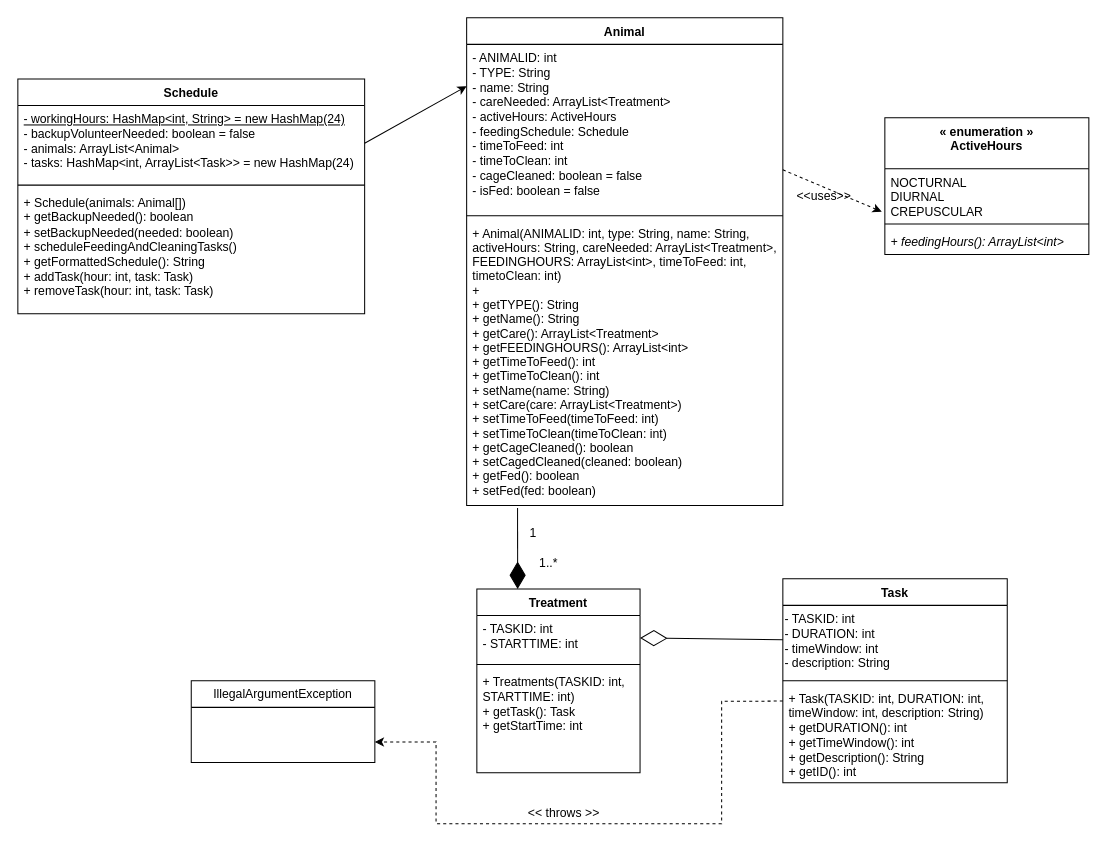
aryan-karadia/Mock-Schedule-Builder keeps this draw.io diagram as 64.drawio. Above is the earlier version. Source tidied: cells renumbered, new cells numbered last; positions are measured from the earlier drawing's top-left corner, leaving out a move shared by most shapes. Both pictures are drawn from the tidied source at 102%, with x=0, y=0 at pixel (17, 17).
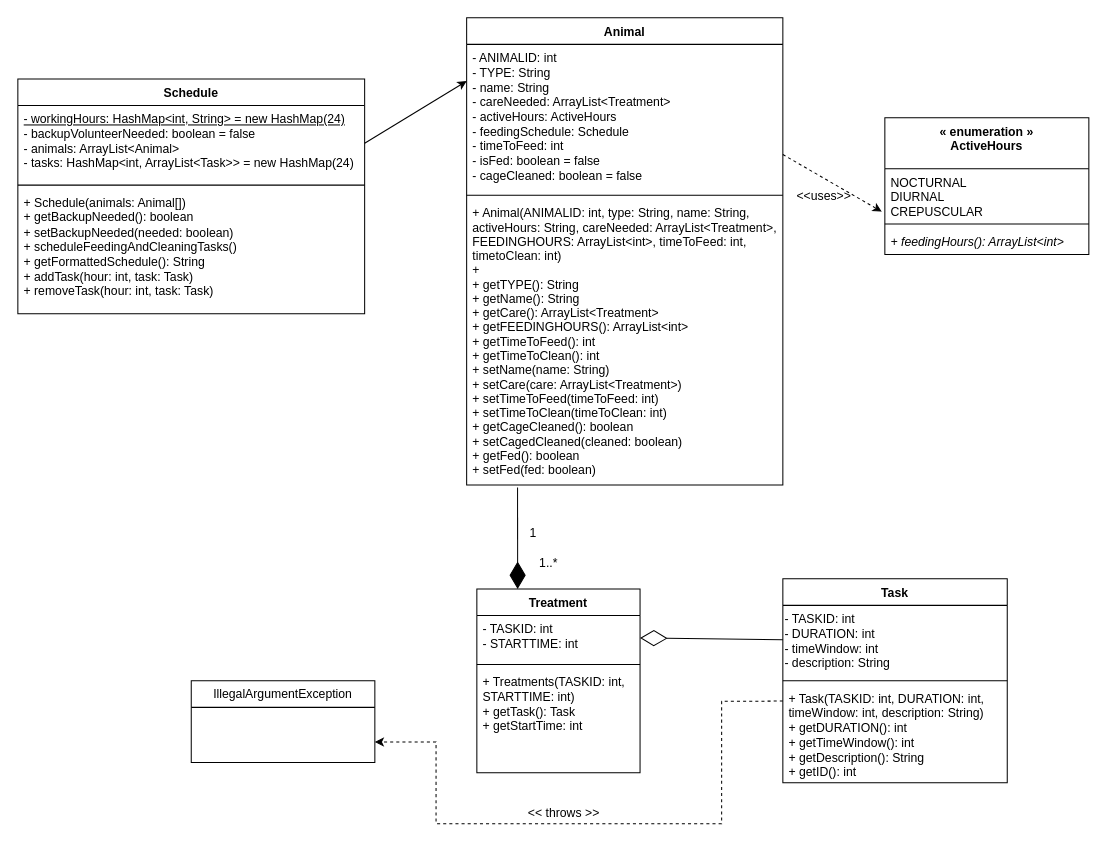
After the change.

Commit message:
Animal Class: timeToClean() has been removed and replaced with cageCleaned: boolean

Change to the diagram source:
```diff
@@
     <mxCell id="2" value="Animal" style="swimlane;fontStyle=1;align=center;verticalAlign=top;horizontal=1;startSize=26;" parent="1" vertex="1">
-      <mxGeometry x="440" width="310" height="478" as="geometry" />
+      <mxGeometry x="440" width="310" height="458" as="geometry" />
     </mxCell>
-    <mxCell id="3" value="&lt;span style=&quot;font-family: Helvetica; font-size: 12px; font-style: normal; font-variant-ligatures: normal; font-variant-caps: normal; font-weight: 400; letter-spacing: normal; orphans: 2; text-align: left; text-indent: 0px; text-transform: none; widows: 2; word-spacing: 0px; -webkit-text-stroke-width: 0px; text-decoration-thickness: initial; text-decoration-style: initial; text-decoration-color: initial; float: none; display: inline !important;&quot;&gt;- ANIMALID: int&lt;br&gt;- TYPE: String&lt;br&gt;- name: String&lt;br&gt;- careNeeded: ArrayList&amp;lt;Treatment&amp;gt;&lt;br&gt;- activeHours: ActiveHours&lt;br&gt;- feedingSchedule: Schedule&lt;br&gt;- timeToFeed: int&lt;br&gt;- timeToClean: int&lt;br&gt;- cageCleaned: boolean = false&lt;br&gt;- isFed: boolean = false&lt;br&gt;&lt;br&gt;&lt;/span&gt;" style="text;whiteSpace=wrap;html=1;labelBackgroundColor=none;fontColor=default;spacingLeft=4;spacingRight=4;fontStyle=0;" parent="2" vertex="1">
-      <mxGeometry y="26" width="310" height="164" as="geometry" />
+    <mxCell id="3" value="&lt;span style=&quot;font-family: Helvetica; font-size: 12px; font-style: normal; font-variant-ligatures: normal; font-variant-caps: normal; font-weight: 400; letter-spacing: normal; orphans: 2; text-align: left; text-indent: 0px; text-transform: none; widows: 2; word-spacing: 0px; -webkit-text-stroke-width: 0px; text-decoration-thickness: initial; text-decoration-style: initial; text-decoration-color: initial; float: none; display: inline !important;&quot;&gt;- ANIMALID: int&lt;br&gt;- TYPE: String&lt;br&gt;- name: String&lt;br&gt;- careNeeded: ArrayList&amp;lt;Treatment&amp;gt;&lt;br&gt;- activeHours: ActiveHours&lt;br&gt;- feedingSchedule: Schedule&lt;br&gt;- timeToFeed: int&lt;br&gt;- isFed: boolean = false&lt;br&gt;- cageCleaned: boolean = false&lt;br&gt;&lt;/span&gt;" style="text;whiteSpace=wrap;html=1;labelBackgroundColor=none;fontColor=default;spacingLeft=4;spacingRight=4;fontStyle=0;" parent="2" vertex="1">
+      <mxGeometry y="26" width="310" height="144" as="geometry" />
     </mxCell>
     <mxCell id="4" style="line;strokeWidth=1;fillColor=none;align=left;verticalAlign=middle;spacingTop=-1;spacingLeft=3;spacingRight=3;labelPosition=right;strokeColor=inherit;" parent="2" vertex="1">
-      <mxGeometry y="190" width="310" height="8" as="geometry" />
+      <mxGeometry y="170" width="310" height="8" as="geometry" />
     </mxCell>
     <mxCell id="5" value="+ Animal(ANIMALID: int, type: String, name: String, &#10;activeHours: String, careNeeded: ArrayList&lt;Treatment&gt;, &#10;FEEDINGHOURS: ArrayList&lt;int&gt;, timeToFeed: int, &#10;timetoClean: int)&#10;+ &#10;+ getTYPE(): String&#10;+ getName(): String&#10;+ getCare(): ArrayList&lt;Treatment&gt;&#10;+ getFEEDINGHOURS(): ArrayList&lt;int&gt;&#10;+ getTimeToFeed(): int&#10;+ getTimeToClean(): int&#10;+ setName(name: String)&#10;+ setCare(care: ArrayList&lt;Treatment&gt;)&#10;+ setTimeToFeed(timeToFeed: int)&#10;+ setTimeToClean(timeToClean: int)&#10;+ getCageCleaned(): boolean&#10;+ setCagedCleaned(cleaned: boolean)&#10;+ getFed(): boolean&#10;+ setFed(fed: boolean)&#10;&#10;" style="text;strokeColor=none;fillColor=none;align=left;verticalAlign=top;spacingLeft=4;spacingRight=4;overflow=hidden;points=[[0,0.5],[1,0.5]];portConstraint=eastwest;" parent="2" vertex="1">
-      <mxGeometry y="198" width="310" height="280" as="geometry" />
+      <mxGeometry y="178" width="310" height="280" as="geometry" />
     </mxCell>
```
